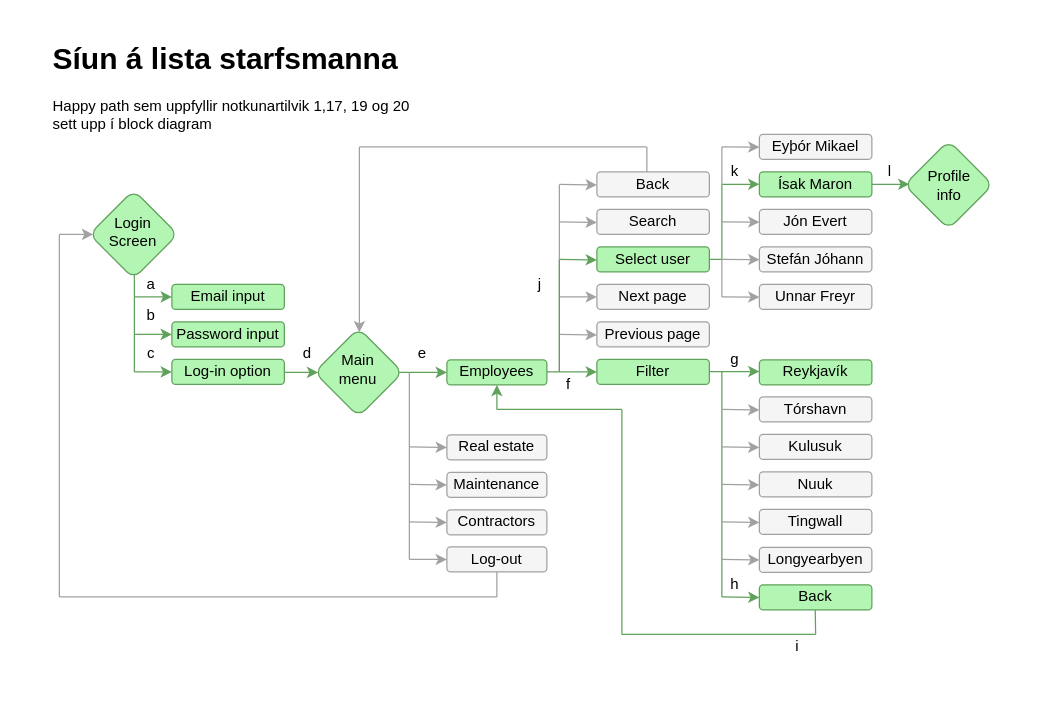
Before: design/happy_diagrams/happypath1_numbered.drawio in unnar19/pepsi-max, a draw.io diagram. Source tidied: cells renumbered, new cells numbered last; positions are measured from the earlier drawing's top-left corner, leaving out a move shared by most shapes. Both pictures are drawn from the tidied source at 125%, with x=0, y=0 at pixel (46, 34).
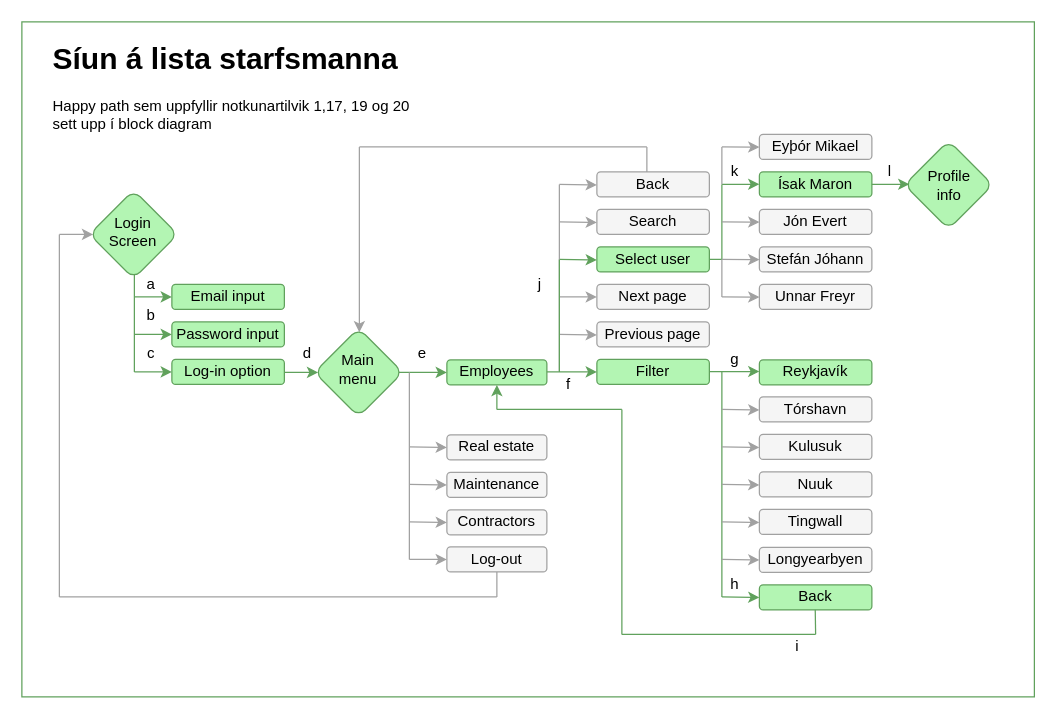
Above is the later version.

Commit message (it also covers changes not shown here):
modify and add happy screenshot

What changed in the source:
```diff
@@
+    <mxCell id="96" style="rounded=0;whiteSpace=wrap;html=1;strokeColor=#60A15C;fillColor=#FFFFFF;align=left;" parent="1" vertex="1">
+      <mxGeometry x="-20" y="-10" width="810" height="540" as="geometry" />
+    </mxCell>
```
